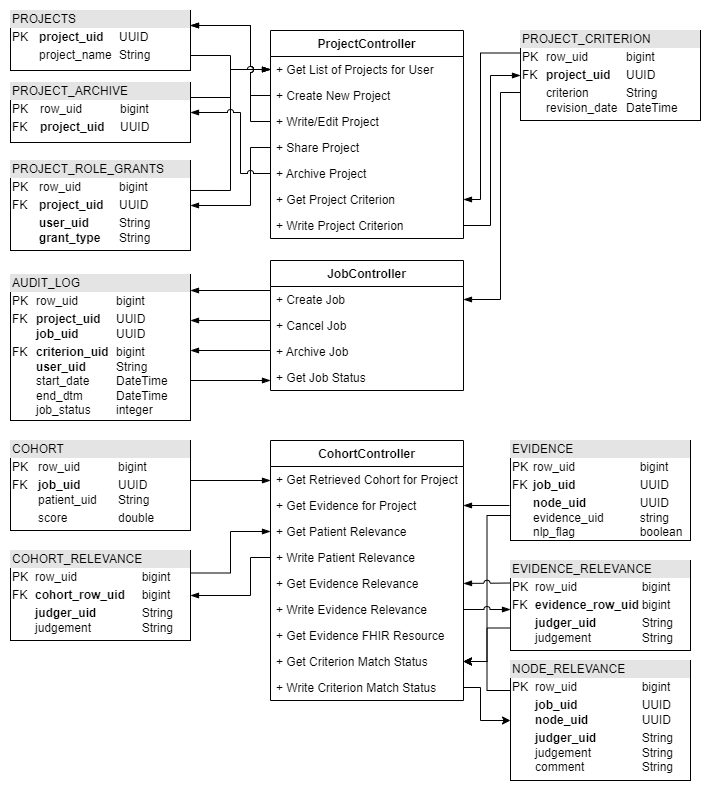
Before: middleware-data.png, a diagram exported from draw.io (OHNLP/impact-documentation). Source tidied: cells renumbered, new cells last; positions are measured from the earlier drawing's top-left corner, leaving out a move shared by most shapes.
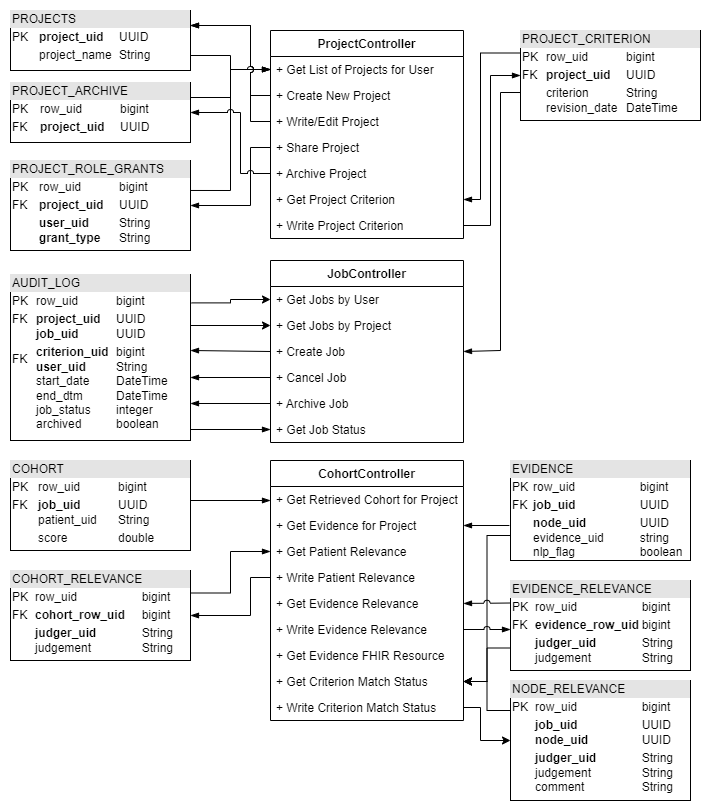
After the commit.

Commit message:
Update job controller endpoints

Diff of the diagram source:
```diff
@@ -103,7 +103,7 @@
       <mxGeometry relative="1" as="geometry">
         <Array as="points">
           <mxPoint x="490" y="82" />
-          <mxPoint x="490" y="289" />
+          <mxPoint x="490" y="340" />
         </Array>
       </mxGeometry>
     </mxCell>
@@ -119,62 +119,70 @@
       </mxGeometry>
     </mxCell>
     <mxCell id="24" value="JobController" style="swimlane;fontStyle=1;align=center;verticalAlign=top;horizontal=1;startSize=26;fontColor=#000000;" parent="1" vertex="1">
-      <mxGeometry x="260" y="250" width="193" height="130" as="geometry" />
+      <mxGeometry x="260" y="250" width="193" height="182" as="geometry" />
     </mxCell>
+    <mxCell id="59" value="+ Get Jobs by User" style="text;strokeColor=none;fillColor=none;align=left;verticalAlign=top;spacingLeft=4;spacingRight=4;overflow=hidden;points=[[0,0.5],[1,0.5]];portConstraint=eastwest;fontColor=#000000;" parent="24" vertex="1">
+      <mxGeometry y="26" width="193" height="26" as="geometry" />
+    </mxCell>
+    <mxCell id="60" value="+ Get Jobs by Project" style="text;strokeColor=none;fillColor=none;align=left;verticalAlign=top;spacingLeft=4;spacingRight=4;overflow=hidden;points=[[0,0.5],[1,0.5]];portConstraint=eastwest;fontColor=#000000;" parent="24" vertex="1">
+      <mxGeometry y="52" width="193" height="26" as="geometry" />
+    </mxCell>
     <mxCell id="25" value="+ Create Job" style="text;strokeColor=none;fillColor=none;align=left;verticalAlign=top;spacingLeft=4;spacingRight=4;overflow=hidden;points=[[0,0.5],[1,0.5]];portConstraint=eastwest;fontColor=#000000;" parent="24" vertex="1">
-      <mxGeometry y="26" width="193" height="26" as="geometry" />
+      <mxGeometry y="78" width="193" height="26" as="geometry" />
     </mxCell>
     <mxCell id="26" value="+ Cancel Job" style="text;strokeColor=none;fillColor=none;align=left;verticalAlign=top;spacingLeft=4;spacingRight=4;overflow=hidden;points=[[0,0.5],[1,0.5]];portConstraint=eastwest;fontColor=#000000;" parent="24" vertex="1">
-      <mxGeometry y="52" width="193" height="26" as="geometry" />
+      <mxGeometry y="104" width="193" height="26" as="geometry" />
     </mxCell>
     <mxCell id="27" value="+ Archive Job" style="text;strokeColor=none;fillColor=none;align=left;verticalAlign=top;spacingLeft=4;spacingRight=4;overflow=hidden;points=[[0,0.5],[1,0.5]];portConstraint=eastwest;fontColor=#000000;" parent="24" vertex="1">
-      <mxGeometry y="78" width="193" height="26" as="geometry" />
+      <mxGeometry y="130" width="193" height="26" as="geometry" />
     </mxCell>
     <mxCell id="28" value="+ Get Job Status" style="text;strokeColor=none;fillColor=none;align=left;verticalAlign=top;spacingLeft=4;spacingRight=4;overflow=hidden;points=[[0,0.5],[1,0.5]];portConstraint=eastwest;fontColor=#000000;" parent="24" vertex="1">
-      <mxGeometry y="104" width="193" height="26" as="geometry" />
+      <mxGeometry y="156" width="193" height="26" as="geometry" />
     </mxCell>
+    <mxCell id="61" style="edgeStyle=orthogonalEdgeStyle;rounded=0;jettySize=auto;html=1;exitX=1;exitY=0.336;exitDx=0;exitDy=0;entryX=0;entryY=0.5;entryDx=0;entryDy=0;exitPerimeter=0;" parent="1" edge="1" source="29" target="60">
+      <mxGeometry relative="1" as="geometry">
+        <Array as="points">
+          <mxPoint x="180" y="315" />
+        </Array>
+      </mxGeometry>
+    </mxCell>
+    <mxCell id="62" style="edgeStyle=orthogonalEdgeStyle;rounded=0;jettySize=auto;html=1;exitX=1.006;exitY=0.171;exitDx=0;exitDy=0;entryX=0;entryY=0.5;entryDx=0;entryDy=0;exitPerimeter=0;" parent="1" edge="1" source="29" target="59">
+      <mxGeometry relative="1" as="geometry" />
+    </mxCell>
-    <mxCell id="29" value="&lt;div style=&quot;box-sizing:border-box;width:100%;background:#e4e4e4;padding:2px;&quot;&gt;AUDIT_LOG&lt;/div&gt;&lt;table style=&quot;width:100%;font-size:1em;&quot; cellpadding=&quot;2&quot; cellspacing=&quot;0&quot;&gt;&lt;tbody&gt;&lt;tr&gt;&lt;td&gt;PK&lt;/td&gt;&lt;td&gt;row_uid&lt;span style=&quot;white-space: pre;&quot;&gt;&#9;&lt;/span&gt;&lt;span style=&quot;white-space: pre;&quot;&gt;&#9;&lt;/span&gt;bigint&lt;/td&gt;&lt;/tr&gt;&lt;tr&gt;&lt;td&gt;FK&lt;br&gt;&lt;br&gt;&lt;/td&gt;&lt;td&gt;&lt;b&gt;project_uid&lt;span style=&quot;white-space: pre;&quot;&gt;&#9;&lt;/span&gt;&lt;/b&gt;UUID&lt;br&gt;&lt;b&gt;job_uid&lt;/b&gt;&lt;span style=&quot;font-weight: bold; white-space: pre;&quot;&gt;&#9;&lt;/span&gt;&lt;span style=&quot;font-weight: bold; white-space: pre;&quot;&gt;&#9;&lt;/span&gt;UUID&lt;/td&gt;&lt;/tr&gt;&lt;tr&gt;&lt;td&gt;FK&lt;br&gt;&lt;br&gt;&lt;br&gt;&lt;br&gt;&lt;br&gt;&lt;/td&gt;&lt;td&gt;&lt;b&gt;criterion_uid&lt;span style=&quot;white-space: pre;&quot;&gt;&#9;&lt;/span&gt;&lt;/b&gt;bigint&lt;br&gt;&lt;b&gt;user_uid&lt;span style=&quot;white-space: pre;&quot;&gt;&#9;&lt;/span&gt;&lt;span style=&quot;white-space: pre;&quot;&gt;&#9;&lt;/span&gt;&lt;/b&gt;String&lt;br&gt;start_date&lt;span style=&quot;white-space: pre;&quot;&gt;&#9;&lt;/span&gt;DateTime&lt;br&gt;end_dtm&lt;span style=&quot;white-space: pre;&quot;&gt;&#9;&lt;/span&gt;&lt;span style=&quot;white-space: pre;&quot;&gt;&#9;&lt;/span&gt;DateTime&lt;br&gt;job_status&lt;span style=&quot;white-space: pre;&quot;&gt;&#9;&lt;/span&gt;integer&lt;/td&gt;&lt;/tr&gt;&lt;/tbody&gt;&lt;/table&gt;" style="verticalAlign=top;align=left;overflow=fill;html=1;fontColor=#000000;" parent="1" vertex="1">
-      <mxGeometry y="264" width="180" height="146" as="geometry" />
+    <mxCell id="29" value="&lt;div style=&quot;box-sizing:border-box;width:100%;background:#e4e4e4;padding:2px;&quot;&gt;AUDIT_LOG&lt;/div&gt;&lt;table style=&quot;width:100%;font-size:1em;&quot; cellpadding=&quot;2&quot; cellspacing=&quot;0&quot;&gt;&lt;tbody&gt;&lt;tr&gt;&lt;td&gt;PK&lt;/td&gt;&lt;td&gt;row_uid&lt;span style=&quot;white-space: pre;&quot;&gt;&#9;&lt;/span&gt;&lt;span style=&quot;white-space: pre;&quot;&gt;&#9;&lt;/span&gt;bigint&lt;/td&gt;&lt;/tr&gt;&lt;tr&gt;&lt;td&gt;FK&lt;br&gt;&lt;br&gt;&lt;/td&gt;&lt;td&gt;&lt;b&gt;project_uid&lt;span style=&quot;white-space: pre;&quot;&gt;&#9;&lt;/span&gt;&lt;/b&gt;UUID&lt;br&gt;&lt;b&gt;job_uid&lt;/b&gt;&lt;span style=&quot;font-weight: bold; white-space: pre;&quot;&gt;&#9;&lt;/span&gt;&lt;span style=&quot;font-weight: bold; white-space: pre;&quot;&gt;&#9;&lt;/span&gt;UUID&lt;/td&gt;&lt;/tr&gt;&lt;tr&gt;&lt;td&gt;FK&lt;br&gt;&lt;br&gt;&lt;br&gt;&lt;br&gt;&lt;br&gt;&lt;/td&gt;&lt;td&gt;&lt;b&gt;criterion_uid&lt;span style=&quot;white-space: pre;&quot;&gt;&#9;&lt;/span&gt;&lt;/b&gt;bigint&lt;br&gt;&lt;b&gt;user_uid&lt;span style=&quot;white-space: pre;&quot;&gt;&#9;&lt;/span&gt;&lt;span style=&quot;white-space: pre;&quot;&gt;&#9;&lt;/span&gt;&lt;/b&gt;String&lt;br&gt;start_date&lt;span style=&quot;white-space: pre;&quot;&gt;&#9;&lt;/span&gt;DateTime&lt;br&gt;end_dtm&lt;span style=&quot;white-space: pre;&quot;&gt;&#9;&lt;/span&gt;&lt;span style=&quot;white-space: pre;&quot;&gt;&#9;&lt;/span&gt;DateTime&lt;br&gt;job_status&lt;span style=&quot;white-space: pre;&quot;&gt;&#9;&lt;/span&gt;integer&lt;br&gt;archived&lt;span style=&quot;white-space: pre;&quot;&gt;&#9;&lt;/span&gt;&lt;span style=&quot;white-space: pre;&quot;&gt;&#9;&lt;/span&gt;boolean&lt;/td&gt;&lt;/tr&gt;&lt;/tbody&gt;&lt;/table&gt;" style="verticalAlign=top;align=left;overflow=fill;html=1;fontColor=#000000;" parent="1" vertex="1">
+      <mxGeometry y="264" width="180" height="166" as="geometry" />
     </mxCell>
-    <mxCell id="30" style="edgeStyle=orthogonalEdgeStyle;rounded=0;jumpStyle=arc;orthogonalLoop=1;jettySize=auto;html=1;fontColor=#000000;startArrow=none;startFill=0;endArrow=blockThin;endFill=1;" parent="1" edge="1">
+    <mxCell id="30" style="edgeStyle=orthogonalEdgeStyle;rounded=0;jumpStyle=arc;jettySize=auto;html=1;fontColor=#000000;startArrow=none;startFill=0;endArrow=blockThin;endFill=1;exitX=0;exitY=0.5;exitDx=0;exitDy=0;" parent="1" edge="1" source="25">
       <mxGeometry relative="1" as="geometry">
-        <mxPoint x="260" y="280" as="sourcePoint" />
-        <mxPoint x="180" y="280" as="targetPoint" />
+        <mxPoint x="180" y="340" as="targetPoint" />
         <Array as="points">
-          <mxPoint x="260" y="280" />
-          <mxPoint x="180" y="280" />
+          <mxPoint x="180" y="341" />
         </Array>
       </mxGeometry>
     </mxCell>
-    <mxCell id="31" style="edgeStyle=orthogonalEdgeStyle;rounded=0;jumpStyle=arc;orthogonalLoop=1;jettySize=auto;html=1;fontColor=#000000;startArrow=none;startFill=0;endArrow=blockThin;endFill=1;exitX=0;exitY=0.5;exitDx=0;exitDy=0;entryX=1;entryY=0.169;entryDx=0;entryDy=0;entryPerimeter=0;" parent="1" edge="1">
+    <mxCell id="31" style="edgeStyle=orthogonalEdgeStyle;rounded=0;jumpStyle=arc;jettySize=auto;html=1;fontColor=#000000;startArrow=none;startFill=0;endArrow=blockThin;endFill=1;exitX=0;exitY=0.5;exitDx=0;exitDy=0;" parent="1" edge="1" source="26">
       <mxGeometry relative="1" as="geometry">
-        <mxPoint x="260" y="312" as="sourcePoint" />
-        <mxPoint x="180" y="310" as="targetPoint" />
+        <mxPoint x="180" y="367" as="targetPoint" />
         <Array as="points">
-          <mxPoint x="260" y="310" />
+          <mxPoint x="180" y="367" />
         </Array>
       </mxGeometry>
     </mxCell>
-    <mxCell id="32" style="edgeStyle=orthogonalEdgeStyle;rounded=0;jumpStyle=arc;orthogonalLoop=1;jettySize=auto;html=1;fontColor=#000000;startArrow=none;startFill=0;endArrow=blockThin;endFill=1;exitX=0;exitY=0.5;exitDx=0;exitDy=0;entryX=1;entryY=0.169;entryDx=0;entryDy=0;entryPerimeter=0;" parent="1" edge="1">
+    <mxCell id="32" style="edgeStyle=orthogonalEdgeStyle;rounded=0;jumpStyle=arc;jettySize=auto;html=1;fontColor=#000000;startArrow=none;startFill=0;endArrow=blockThin;endFill=1;exitX=0;exitY=0.5;exitDx=0;exitDy=0;" parent="1" edge="1" source="27">
       <mxGeometry relative="1" as="geometry">
-        <mxPoint x="260" y="342" as="sourcePoint" />
-        <mxPoint x="180" y="340" as="targetPoint" />
+        <mxPoint x="180" y="393" as="targetPoint" />
         <Array as="points">
-          <mxPoint x="260" y="340" />
+          <mxPoint x="180" y="393" />
         </Array>
       </mxGeometry>
     </mxCell>
-    <mxCell id="33" style="edgeStyle=orthogonalEdgeStyle;rounded=0;jumpStyle=arc;orthogonalLoop=1;jettySize=auto;html=1;fontColor=#000000;startArrow=none;startFill=0;endArrow=blockThin;endFill=1;exitX=0;exitY=0.5;exitDx=0;exitDy=0;" parent="1" edge="1">
+    <mxCell id="33" style="edgeStyle=orthogonalEdgeStyle;rounded=0;jumpStyle=arc;jettySize=auto;html=1;fontColor=#000000;startArrow=none;startFill=0;endArrow=blockThin;endFill=1;entryX=0;entryY=0.5;entryDx=0;entryDy=0;" parent="1" edge="1" target="28">
       <mxGeometry relative="1" as="geometry">
-        <mxPoint x="180" y="370" as="sourcePoint" />
-        <mxPoint x="260" y="370" as="targetPoint" />
-        <Array as="points">
-          <mxPoint x="260" y="370" />
-        </Array>
+        <mxPoint x="180" y="419" as="sourcePoint" />
       </mxGeometry>
     </mxCell>
     <mxCell id="34" value="CohortController" style="swimlane;fontStyle=1;align=center;verticalAlign=top;horizontal=1;startSize=26;fontColor=#000000;" parent="1" vertex="1">
-      <mxGeometry x="260" y="430" width="193" height="260" as="geometry" />
+      <mxGeometry x="260" y="450" width="193" height="260" as="geometry" />
     </mxCell>
     <mxCell id="35" value="+ Get Retrieved Cohort for Project" style="text;strokeColor=none;fillColor=none;align=left;verticalAlign=top;spacingLeft=4;spacingRight=4;overflow=hidden;fontColor=#000000;" parent="34" vertex="1">
       <mxGeometry y="26" width="193" height="26" as="geometry" />
@@ -204,14 +212,14 @@
       <mxGeometry y="234" width="193" height="26" as="geometry" />
     </mxCell>
     <mxCell id="44" value="&lt;div style=&quot;box-sizing:border-box;width:100%;background:#e4e4e4;padding:2px;&quot;&gt;COHORT&lt;/div&gt;&lt;table style=&quot;width:100%;font-size:1em;&quot; cellpadding=&quot;2&quot; cellspacing=&quot;0&quot;&gt;&lt;tbody&gt;&lt;tr&gt;&lt;td&gt;PK&lt;/td&gt;&lt;td&gt;row_uid&lt;span style=&quot;white-space: pre;&quot;&gt;&#9;&lt;/span&gt;&lt;span style=&quot;white-space: pre;&quot;&gt;&#9;&lt;/span&gt;bigint&lt;/td&gt;&lt;/tr&gt;&lt;tr&gt;&lt;td&gt;FK&lt;br&gt;&lt;br&gt;&lt;/td&gt;&lt;td&gt;&lt;b&gt;job_uid&lt;/b&gt;&lt;span style=&quot;font-weight: bold; white-space: pre;&quot;&gt;&#9;&lt;/span&gt;&lt;span style=&quot;font-weight: bold; white-space: pre;&quot;&gt;&#9;&lt;/span&gt;UUID&lt;br&gt;patient_uid&lt;span style=&quot;white-space: pre;&quot;&gt;&#9;&lt;/span&gt;String&lt;/td&gt;&lt;/tr&gt;&lt;tr&gt;&lt;td&gt;&lt;br&gt;&lt;/td&gt;&lt;td&gt;score&lt;span style=&quot;white-space: pre;&quot;&gt;&#9;&lt;/span&gt;&lt;span style=&quot;white-space: pre;&quot;&gt;&#9;&lt;/span&gt;double&lt;/td&gt;&lt;/tr&gt;&lt;/tbody&gt;&lt;/table&gt;" style="verticalAlign=top;align=left;overflow=fill;html=1;fontColor=#000000;" parent="1" vertex="1">
-      <mxGeometry y="430" width="180" height="90" as="geometry" />
+      <mxGeometry y="450" width="180" height="90" as="geometry" />
     </mxCell>
     <mxCell id="45" style="edgeStyle=orthogonalEdgeStyle;rounded=0;jumpStyle=arc;orthogonalLoop=1;jettySize=auto;html=1;fontColor=#000000;startArrow=none;startFill=0;endArrow=blockThin;endFill=1;exitX=0;exitY=0.5;exitDx=0;exitDy=0;" parent="1" edge="1">
       <mxGeometry relative="1" as="geometry">
-        <mxPoint x="180" y="470" as="sourcePoint" />
-        <mxPoint x="260" y="470" as="targetPoint" />
+        <mxPoint x="180" y="490" as="sourcePoint" />
+        <mxPoint x="260" y="490" as="targetPoint" />
         <Array as="points">
-          <mxPoint x="260" y="470" />
+          <mxPoint x="260" y="490" />
         </Array>
       </mxGeometry>
     </mxCell>
@@ -222,24 +230,24 @@
       <mxGeometry relative="1" as="geometry" />
     </mxCell>
     <mxCell id="48" value="&lt;div style=&quot;box-sizing:border-box;width:100%;background:#e4e4e4;padding:2px;&quot;&gt;EVIDENCE&lt;/div&gt;&lt;table style=&quot;width:100%;font-size:1em;&quot; cellpadding=&quot;2&quot; cellspacing=&quot;0&quot;&gt;&lt;tbody&gt;&lt;tr&gt;&lt;td&gt;PK&lt;/td&gt;&lt;td&gt;row_uid&lt;span style=&quot;white-space: pre;&quot;&gt;&#9;&lt;/span&gt;&lt;span style=&quot;white-space: pre;&quot;&gt;&#9;&lt;span style=&quot;white-space: pre;&quot;&gt;&#9;&lt;/span&gt;&lt;/span&gt;bigint&lt;/td&gt;&lt;/tr&gt;&lt;tr&gt;&lt;td&gt;FK&lt;br&gt;&lt;/td&gt;&lt;td&gt;&lt;b&gt;job_uid&lt;/b&gt;&lt;span style=&quot;font-weight: bold; white-space: pre;&quot;&gt;&#9;&lt;span style=&quot;white-space: pre;&quot;&gt;&#9;&lt;/span&gt;&lt;/span&gt;&lt;span style=&quot;font-weight: bold; white-space: pre;&quot;&gt;&#9;&lt;/span&gt;UUID&lt;/td&gt;&lt;/tr&gt;&lt;tr&gt;&lt;td&gt;&lt;br&gt;&lt;br&gt;&lt;/td&gt;&lt;td&gt;&lt;b&gt;node_uid&lt;span style=&quot;white-space: pre;&quot;&gt;&#9;&lt;span style=&quot;white-space: pre;&quot;&gt;&#9;&lt;/span&gt;&lt;/span&gt;&lt;/b&gt;UUID&lt;br&gt;evidence_uid&lt;span style=&quot;white-space: pre;&quot;&gt;&#9;&lt;span style=&quot;white-space: pre;&quot;&gt;&#9;&lt;/span&gt;&lt;/span&gt;string&lt;br&gt;nlp_flag&lt;span style=&quot;white-space: pre;&quot;&gt;&#9;&lt;/span&gt;&lt;span style=&quot;white-space: pre;&quot;&gt;&#9;&lt;/span&gt;&lt;span style=&quot;white-space: pre;&quot;&gt;&#9;&lt;/span&gt;boolean&lt;/td&gt;&lt;/tr&gt;&lt;/tbody&gt;&lt;/table&gt;" style="verticalAlign=top;align=left;overflow=fill;html=1;fontColor=#000000;" parent="1" vertex="1">
-      <mxGeometry x="500" y="430" width="180" height="100" as="geometry" />
+      <mxGeometry x="500" y="450" width="180" height="100" as="geometry" />
     </mxCell>
     <mxCell id="49" style="edgeStyle=orthogonalEdgeStyle;rounded=0;jumpStyle=arc;jettySize=auto;html=1;fontColor=#000000;startArrow=none;startFill=0;endArrow=blockThin;endFill=1;entryX=0;entryY=0.5;entryDx=0;entryDy=0;exitX=1;exitY=0.25;exitDx=0;exitDy=0;" parent="1" edge="1" source="50" target="37">
       <mxGeometry relative="1" as="geometry">
         <Array as="points">
-          <mxPoint x="220" y="563" />
-          <mxPoint x="220" y="521" />
+          <mxPoint x="220" y="583" />
+          <mxPoint x="220" y="541" />
         </Array>
       </mxGeometry>
     </mxCell>
     <mxCell id="50" value="&lt;div style=&quot;box-sizing:border-box;width:100%;background:#e4e4e4;padding:2px;&quot;&gt;COHORT_RELEVANCE&lt;/div&gt;&lt;table style=&quot;width:100%;font-size:1em;&quot; cellpadding=&quot;2&quot; cellspacing=&quot;0&quot;&gt;&lt;tbody&gt;&lt;tr&gt;&lt;td&gt;PK&lt;/td&gt;&lt;td&gt;row_uid&lt;span style=&quot;white-space: pre;&quot;&gt;&#9;&lt;/span&gt;&lt;span style=&quot;white-space: pre;&quot;&gt;&#9;&lt;span style=&quot;white-space: pre;&quot;&gt;&#9;&lt;/span&gt;&lt;/span&gt;bigint&lt;/td&gt;&lt;/tr&gt;&lt;tr&gt;&lt;td&gt;FK&lt;br&gt;&lt;/td&gt;&lt;td&gt;&lt;b&gt;cohort_row_uid&lt;span style=&quot;white-space: pre;&quot;&gt;&#9;&lt;/span&gt;&lt;/b&gt;bigint&lt;/td&gt;&lt;/tr&gt;&lt;tr&gt;&lt;td&gt;&lt;br&gt;&lt;/td&gt;&lt;td&gt;&lt;b&gt;judger_uid&lt;span style=&quot;white-space: pre;&quot;&gt;&#9;&lt;/span&gt;&lt;span style=&quot;white-space: pre;&quot;&gt;&#9;&lt;/span&gt;&lt;/b&gt;String&lt;br&gt;judgement&lt;span style=&quot;white-space: pre;&quot;&gt;&#9;&lt;/span&gt;&lt;span style=&quot;white-space: pre;&quot;&gt;&#9;&lt;/span&gt;String&lt;/td&gt;&lt;/tr&gt;&lt;/tbody&gt;&lt;/table&gt;" style="verticalAlign=top;align=left;overflow=fill;html=1;fontColor=#000000;" parent="1" vertex="1">
-      <mxGeometry y="540" width="180" height="90" as="geometry" />
+      <mxGeometry y="560" width="180" height="90" as="geometry" />
     </mxCell>
     <mxCell id="51" style="edgeStyle=orthogonalEdgeStyle;rounded=0;jumpStyle=arc;jettySize=auto;html=1;fontColor=#000000;startArrow=none;startFill=0;endArrow=blockThin;endFill=1;entryX=1;entryY=0.5;entryDx=0;entryDy=0;exitX=0;exitY=0.5;exitDx=0;exitDy=0;" parent="1" edge="1" source="38" target="50">
       <mxGeometry relative="1" as="geometry">
         <Array as="points">
-          <mxPoint x="240" y="547" />
-          <mxPoint x="240" y="585" />
+          <mxPoint x="240" y="567" />
+          <mxPoint x="240" y="605" />
         </Array>
       </mxGeometry>
     </mxCell>
@@ -247,16 +255,16 @@
       <mxGeometry relative="1" as="geometry" />
     </mxCell>
     <mxCell id="53" value="&lt;div style=&quot;box-sizing:border-box;width:100%;background:#e4e4e4;padding:2px;&quot;&gt;EVIDENCE_RELEVANCE&lt;/div&gt;&lt;table style=&quot;width:100%;font-size:1em;&quot; cellpadding=&quot;2&quot; cellspacing=&quot;0&quot;&gt;&lt;tbody&gt;&lt;tr&gt;&lt;td&gt;PK&lt;/td&gt;&lt;td&gt;row_uid&lt;span style=&quot;white-space: pre;&quot;&gt;&#9;&lt;/span&gt;&lt;span style=&quot;white-space: pre;&quot;&gt;&#9;&lt;span style=&quot;white-space: pre;&quot;&gt;&#9;&lt;/span&gt;&lt;/span&gt;bigint&lt;/td&gt;&lt;/tr&gt;&lt;tr&gt;&lt;td&gt;FK&lt;br&gt;&lt;/td&gt;&lt;td&gt;&lt;b&gt;evidence_row_uid&lt;span style=&quot;white-space: pre;&quot;&gt;&#9;&lt;/span&gt;&lt;/b&gt;bigint&lt;/td&gt;&lt;/tr&gt;&lt;tr&gt;&lt;td&gt;&lt;br&gt;&lt;/td&gt;&lt;td&gt;&lt;b&gt;judger_uid&lt;span style=&quot;white-space: pre;&quot;&gt;&#9;&lt;span style=&quot;white-space: pre;&quot;&gt;&#9;&lt;/span&gt;&lt;/span&gt;&lt;/b&gt;String&lt;br&gt;judgement&lt;span style=&quot;white-space: pre;&quot;&gt;&#9;&lt;span style=&quot;white-space: pre;&quot;&gt;&#9;&lt;/span&gt;&lt;/span&gt;String&lt;/td&gt;&lt;/tr&gt;&lt;/tbody&gt;&lt;/table&gt;" style="verticalAlign=top;align=left;overflow=fill;html=1;fontColor=#000000;" parent="1" vertex="1">
-      <mxGeometry x="500" y="550" width="180" height="90" as="geometry" />
+      <mxGeometry x="500" y="570" width="180" height="90" as="geometry" />
     </mxCell>
     <mxCell id="54" style="edgeStyle=orthogonalEdgeStyle;rounded=0;jumpStyle=arc;jettySize=auto;html=1;fontColor=#000000;startArrow=none;startFill=0;endArrow=blockThin;endFill=1;entryX=1;entryY=0.5;entryDx=0;entryDy=0;exitX=0;exitY=0.25;exitDx=0;exitDy=0;" parent="1" edge="1" source="53" target="39">
       <mxGeometry relative="1" as="geometry" />
     </mxCell>
     <mxCell id="55" style="edgeStyle=orthogonalEdgeStyle;rounded=0;jumpStyle=arc;jettySize=auto;html=1;fontColor=#000000;startArrow=none;startFill=0;endArrow=blockThin;endFill=1;exitX=1;exitY=0.5;exitDx=0;exitDy=0;" parent="1" edge="1" source="41">
       <mxGeometry relative="1" as="geometry">
-        <mxPoint x="500" y="599" as="targetPoint" />
+        <mxPoint x="500" y="619" as="targetPoint" />
         <Array as="points">
-          <mxPoint x="500" y="599" />
+          <mxPoint x="500" y="619" />
         </Array>
       </mxGeometry>
     </mxCell>
@@ -264,13 +272,13 @@
       <mxGeometry relative="1" as="geometry" />
     </mxCell>
     <mxCell id="57" value="&lt;div style=&quot;box-sizing:border-box;width:100%;background:#e4e4e4;padding:2px;&quot;&gt;NODE_RELEVANCE&lt;/div&gt;&lt;table style=&quot;width:100%;font-size:1em;&quot; cellpadding=&quot;2&quot; cellspacing=&quot;0&quot;&gt;&lt;tbody&gt;&lt;tr&gt;&lt;td&gt;PK&lt;/td&gt;&lt;td&gt;row_uid&lt;span style=&quot;&quot;&gt;&#9;&lt;span style=&quot;white-space: pre;&quot;&gt;&#9;&lt;/span&gt;&lt;span style=&quot;white-space: pre;&quot;&gt;&#9;&lt;span style=&quot;white-space: pre;&quot;&gt;&#9;&lt;/span&gt;&lt;/span&gt;&lt;/span&gt;bigint&lt;/td&gt;&lt;/tr&gt;&lt;tr&gt;&lt;td&gt;&lt;br&gt;&lt;/td&gt;&lt;td&gt;&lt;b&gt;job_uid&lt;/b&gt;&lt;span style=&quot;font-weight: bold; white-space: pre;&quot;&gt;&#9;&lt;/span&gt;&lt;span style=&quot;font-weight: bold; white-space: pre;&quot;&gt;&#9;&lt;/span&gt;&lt;span style=&quot;font-weight: bold; white-space: pre;&quot;&gt;&#9;&lt;/span&gt;UUID&lt;br&gt;&lt;b&gt;node_uid&lt;/b&gt;&lt;span style=&quot;font-weight: bold;&quot;&gt;&#9;&lt;span style=&quot;white-space: pre;&quot;&gt;&#9;&lt;/span&gt;&amp;nbsp;&lt;span style=&quot;white-space: pre;&quot;&gt;&#9;&lt;/span&gt;&lt;/span&gt;UUID&lt;/td&gt;&lt;/tr&gt;&lt;tr&gt;&lt;td&gt;&lt;br&gt;&lt;/td&gt;&lt;td&gt;&lt;b&gt;judger_uid&lt;span style=&quot;&quot;&gt;&#9;&lt;span style=&quot;white-space: pre;&quot;&gt;&#9;&lt;/span&gt;&lt;span style=&quot;&quot;&gt;&#9;&lt;span style=&quot;white-space: pre;&quot;&gt;&#9;&lt;/span&gt;&lt;/span&gt;&lt;/span&gt;&lt;/b&gt;String&lt;br&gt;judgement&lt;span style=&quot;&quot;&gt;&#9;&lt;span style=&quot;white-space: pre;&quot;&gt;&#9;&lt;/span&gt;&lt;span style=&quot;&quot;&gt;&#9;&lt;span style=&quot;white-space: pre;&quot;&gt;&#9;&lt;/span&gt;&lt;/span&gt;&lt;/span&gt;String&lt;br&gt;comment&lt;span style=&quot;white-space: pre;&quot;&gt;&#9;&lt;/span&gt;&lt;span style=&quot;white-space: pre;&quot;&gt;&#9;&lt;/span&gt;&amp;nbsp;&lt;span style=&quot;white-space: pre;&quot;&gt;&#9;&lt;/span&gt;String&lt;/td&gt;&lt;/tr&gt;&lt;/tbody&gt;&lt;/table&gt;" style="verticalAlign=top;align=left;overflow=fill;html=1;fontColor=#000000;" parent="1" vertex="1">
-      <mxGeometry x="500" y="650" width="180" height="120" as="geometry" />
+      <mxGeometry x="500" y="670" width="180" height="120" as="geometry" />
     </mxCell>
     <mxCell id="58" style="edgeStyle=orthogonalEdgeStyle;rounded=0;jettySize=auto;html=1;exitX=1;exitY=0.5;exitDx=0;exitDy=0;entryX=0;entryY=0.5;entryDx=0;entryDy=0;" parent="1" edge="1" source="43" target="57">
       <mxGeometry relative="1" as="geometry">
         <Array as="points">
-          <mxPoint x="470" y="677" />
-          <mxPoint x="470" y="710" />
+          <mxPoint x="470" y="697" />
+          <mxPoint x="470" y="730" />
         </Array>
       </mxGeometry>
     </mxCell>
```
